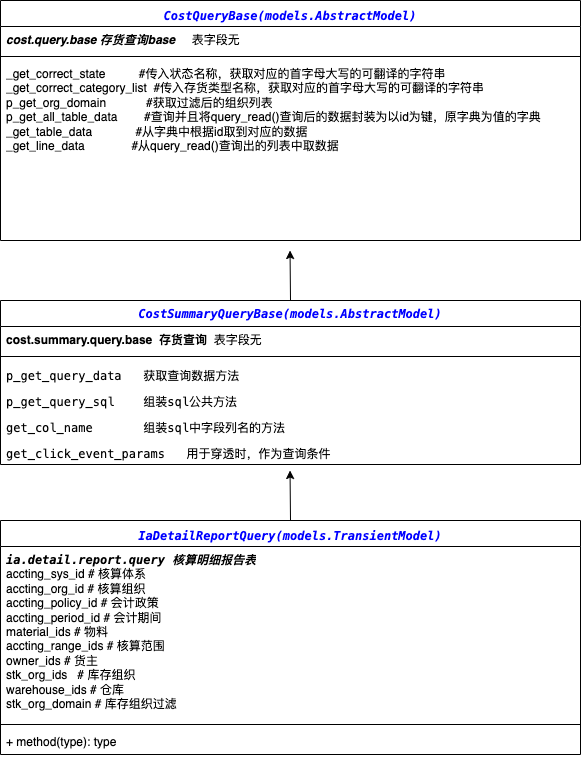
Earlier version of the draw.io export images/项目/佳业/ia.detail.report.query/核算明细报告.drawio.png (dbbruce/dbbruce.github.io). Source tidied: cells renumbered, new cells last; positions are measured from the earlier drawing's top-left corner, leaving out a move shared by most shapes.
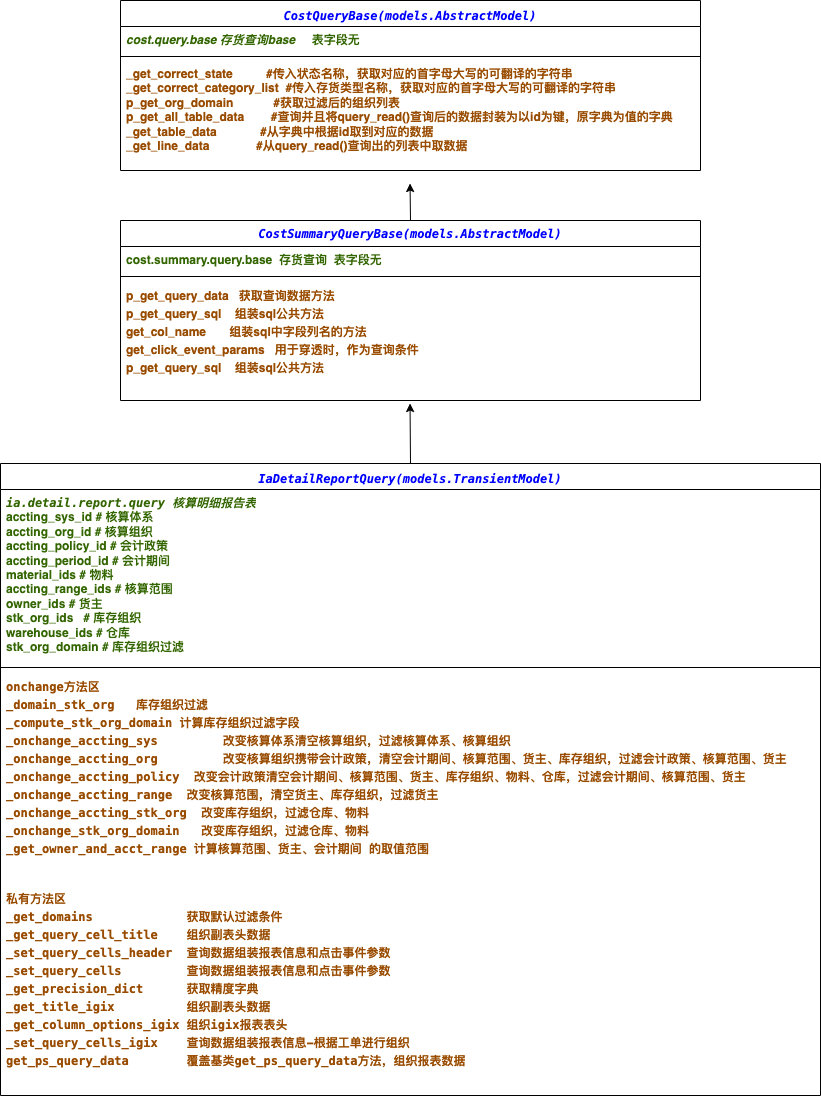
After the commit.

Diff of the diagram source:
```diff
@@ -8,54 +8,48 @@
       </mxGeometry>
     </mxCell>
     <mxCell id="3" value="&lt;div style=&quot;background-color: rgb(255, 255, 255); line-height: 18px;&quot;&gt;&lt;div style=&quot;font-family: Menlo, Monaco, &amp;quot;Courier New&amp;quot;, monospace; line-height: 18px; white-space: pre;&quot;&gt;&lt;font style=&quot;&quot; color=&quot;#0000ff&quot;&gt;&lt;i&gt;IaDetailReportQuery(models.TransientModel)&lt;/i&gt;&lt;/font&gt;&lt;/div&gt;&lt;/div&gt;" style="swimlane;fontStyle=1;align=center;verticalAlign=top;horizontal=1;startSize=26;whiteSpace=wrap;html=1;" parent="1" vertex="1">
-      <mxGeometry y="520" width="580" height="234" as="geometry" />
+      <mxGeometry x="-120" y="530" width="820" height="632" as="geometry" />
     </mxCell>
-    <mxCell id="4" value="&lt;div&gt;&lt;i style=&quot;font-family: Menlo, Monaco, &amp;quot;Courier New&amp;quot;, monospace; font-weight: 700; text-align: center; white-space: pre; background-color: rgb(255, 255, 255);&quot;&gt;ia.detail.report.query 核算明细报告表&lt;/i&gt;&lt;br&gt;&lt;/div&gt;&lt;div&gt;&lt;span style=&quot;background-color: initial;&quot;&gt;accting_sys_id # 核算体系&amp;nbsp; &amp;nbsp; &amp;nbsp; &amp;nbsp;&lt;/span&gt;&lt;br&gt;&lt;/div&gt;&lt;div&gt;accting_org_id # 核算组织&amp;nbsp; &amp;nbsp;&lt;/div&gt;&lt;div&gt;accting_policy_id # 会计政策&amp;nbsp; &amp;nbsp;&lt;/div&gt;&lt;div&gt;accting_period_id # 会计期间&amp;nbsp; &amp;nbsp; &amp;nbsp;&amp;nbsp;&lt;/div&gt;&lt;div&gt;material_ids # 物料&amp;nbsp;&amp;nbsp;&lt;/div&gt;&lt;div&gt;accting_range_ids # 核算范围&amp;nbsp; &amp;nbsp;&amp;nbsp;&lt;/div&gt;&lt;div&gt;owner_ids # 货主&amp;nbsp; &amp;nbsp; &amp;nbsp; &amp;nbsp;&amp;nbsp;&lt;/div&gt;&lt;div&gt;stk_org_ids&amp;nbsp; &amp;nbsp;# 库存组织&amp;nbsp; &amp;nbsp; &amp;nbsp; &amp;nbsp; &amp;nbsp; &amp;nbsp; &amp;nbsp; &amp;nbsp; &amp;nbsp; &amp;nbsp;&amp;nbsp;&lt;/div&gt;&lt;div&gt;warehouse_ids # 仓库&amp;nbsp; &amp;nbsp; &amp;nbsp; &amp;nbsp;&lt;/div&gt;&lt;div&gt;stk_org_domain # 库存组织过滤&amp;nbsp;&amp;nbsp;&lt;/div&gt;" style="text;strokeColor=none;fillColor=none;align=left;verticalAlign=top;spacingLeft=4;spacingRight=4;overflow=hidden;whiteSpace=wrap;html=1;" parent="3" vertex="1">
-      <mxGeometry y="26" width="580" height="174" as="geometry" />
+    <mxCell id="4" value="&lt;div&gt;&lt;font color=&quot;#336600&quot;&gt;&lt;b&gt;&lt;i style=&quot;font-family: Menlo, Monaco, &amp;quot;Courier New&amp;quot;, monospace; text-align: center; white-space: pre;&quot;&gt;ia.detail.report.query 核算明细报告表&lt;/i&gt;&lt;br&gt;&lt;/b&gt;&lt;/font&gt;&lt;/div&gt;&lt;div&gt;&lt;font color=&quot;#336600&quot;&gt;&lt;b&gt;&lt;span style=&quot;&quot;&gt;accting_sys_id # 核算体系&amp;nbsp; &amp;nbsp; &amp;nbsp; &amp;nbsp;&lt;/span&gt;&lt;br&gt;&lt;/b&gt;&lt;/font&gt;&lt;/div&gt;&lt;div&gt;&lt;font color=&quot;#336600&quot;&gt;&lt;b&gt;accting_org_id # 核算组织&amp;nbsp; &amp;nbsp;&lt;/b&gt;&lt;/font&gt;&lt;/div&gt;&lt;div&gt;&lt;font color=&quot;#336600&quot;&gt;&lt;b&gt;accting_policy_id # 会计政策&amp;nbsp; &amp;nbsp;&lt;/b&gt;&lt;/font&gt;&lt;/div&gt;&lt;div&gt;&lt;font color=&quot;#336600&quot;&gt;&lt;b&gt;accting_period_id # 会计期间&amp;nbsp; &amp;nbsp; &amp;nbsp;&amp;nbsp;&lt;/b&gt;&lt;/font&gt;&lt;/div&gt;&lt;div&gt;&lt;font color=&quot;#336600&quot;&gt;&lt;b&gt;material_ids # 物料&amp;nbsp;&amp;nbsp;&lt;/b&gt;&lt;/font&gt;&lt;/div&gt;&lt;div&gt;&lt;font color=&quot;#336600&quot;&gt;&lt;b&gt;accting_range_ids # 核算范围&amp;nbsp; &amp;nbsp;&amp;nbsp;&lt;/b&gt;&lt;/font&gt;&lt;/div&gt;&lt;div&gt;&lt;font color=&quot;#336600&quot;&gt;&lt;b&gt;owner_ids # 货主&amp;nbsp; &amp;nbsp; &amp;nbsp; &amp;nbsp;&amp;nbsp;&lt;/b&gt;&lt;/font&gt;&lt;/div&gt;&lt;div&gt;&lt;font color=&quot;#336600&quot;&gt;&lt;b&gt;stk_org_ids&amp;nbsp; &amp;nbsp;# 库存组织&amp;nbsp; &amp;nbsp; &amp;nbsp; &amp;nbsp; &amp;nbsp; &amp;nbsp; &amp;nbsp; &amp;nbsp; &amp;nbsp; &amp;nbsp;&amp;nbsp;&lt;/b&gt;&lt;/font&gt;&lt;/div&gt;&lt;div&gt;&lt;font color=&quot;#336600&quot;&gt;&lt;b&gt;warehouse_ids # 仓库&amp;nbsp; &amp;nbsp; &amp;nbsp; &amp;nbsp;&lt;/b&gt;&lt;/font&gt;&lt;/div&gt;&lt;div&gt;&lt;font color=&quot;#336600&quot;&gt;&lt;b&gt;stk_org_domain # 库存组织过滤&lt;/b&gt;&lt;/font&gt;&amp;nbsp;&amp;nbsp;&lt;/div&gt;" style="text;strokeColor=none;fillColor=none;align=left;verticalAlign=top;spacingLeft=4;spacingRight=4;overflow=hidden;whiteSpace=wrap;html=1;labelBackgroundColor=none;" parent="3" vertex="1">
+      <mxGeometry y="26" width="820" height="174" as="geometry" />
     </mxCell>
     <mxCell id="5" style="line;strokeWidth=1;fillColor=none;align=left;verticalAlign=middle;spacingTop=-1;spacingLeft=3;spacingRight=3;labelPosition=right;strokeColor=inherit;" parent="3" vertex="1">
-      <mxGeometry y="200" width="580" height="8" as="geometry" />
+      <mxGeometry y="200" width="820" height="8" as="geometry" />
     </mxCell>
-    <mxCell id="6" value="+ method(type): type" style="text;strokeColor=none;fillColor=none;align=left;verticalAlign=top;spacingLeft=4;spacingRight=4;overflow=hidden;whiteSpace=wrap;html=1;" parent="3" vertex="1">
-      <mxGeometry y="208" width="580" height="26" as="geometry" />
+    <mxCell id="6" value="&lt;div style=&quot;font-family: Menlo, Monaco, &amp;quot;Courier New&amp;quot;, monospace; line-height: 18px; white-space: pre;&quot;&gt;&lt;b style=&quot;&quot;&gt;onchange方法区&lt;/b&gt;&lt;/div&gt;&lt;div style=&quot;line-height: 18px;&quot;&gt;&lt;font face=&quot;Menlo, Monaco, Courier New, monospace&quot;&gt;&lt;span style=&quot;white-space: pre;&quot;&gt;&lt;b style=&quot;&quot;&gt;_domain_stk_org   库存组织过滤&lt;br&gt;_compute_stk_org_domain 计算库存组织过滤字段&lt;br&gt;_onchange_accting_sys         改变核算体系清空核算组织，过滤核算体系、核算组织&lt;br&gt;_onchange_accting_org         改变核算组织携带会计政策，清空会计期间、核算范围、货主、库存组织，过滤会计政策、核算范围、货主&lt;br&gt;_onchange_accting_policy  改变会计政策清空会计期间、核算范围、货主、库存组织、物料、仓库，过滤会计期间、核算范围、货主&lt;br&gt;_onchange_accting_range  改变核算范围，清空货主、库存组织，过滤货主&lt;br&gt;_onchange_accting_stk_org  改变库存组织，过滤仓库、物料&lt;br&gt;_onchange_stk_org_domain   改变库存组织，过滤仓库、物料&lt;br&gt;_get_owner_and_acct_range 计算核算范围、货主、会计期间 的取值范围&lt;/b&gt;&lt;/span&gt;&lt;/font&gt;&lt;br&gt;&lt;/div&gt;" style="text;strokeColor=none;fillColor=none;align=left;verticalAlign=top;spacingLeft=4;spacingRight=4;overflow=hidden;whiteSpace=wrap;html=1;fontColor=#994C00;labelBackgroundColor=none;" parent="3" vertex="1">
+      <mxGeometry y="208" width="820" height="212" as="geometry" />
     </mxCell>
+    <mxCell id="19" value="&lt;div style=&quot;font-family: Menlo, Monaco, &amp;quot;Courier New&amp;quot;, monospace; line-height: 18px; white-space: pre;&quot;&gt;&lt;span style=&quot;&quot;&gt;私有方法区&lt;/span&gt;&lt;/div&gt;&lt;div style=&quot;line-height: 18px;&quot;&gt;&lt;font face=&quot;Menlo, Monaco, Courier New, monospace&quot;&gt;&lt;span style=&quot;white-space: pre;&quot;&gt;_get_domains             获取默认过滤条件&lt;br&gt;_get_query_cell_title    组织副表头数据&lt;br&gt;_set_query_cells_header  查询数据组装报表信息和点击事件参数&lt;br&gt;_set_query_cells         查询数据组装报表信息和点击事件参数&lt;br&gt;_get_precision_dict      获取精度字典&lt;br&gt;_get_title_igix          组织副表头数据&lt;br&gt;_get_column_options_igix 组织igix报表表头&lt;br&gt;_set_query_cells_igix    查询数据组装报表信息-根据工单进行组织&lt;br&gt;get_ps_query_data        覆盖基类get_ps_query_data方法，组织报表数据&lt;/span&gt;&lt;/font&gt;&lt;br&gt;&lt;/div&gt;" style="text;strokeColor=none;fillColor=none;align=left;verticalAlign=top;spacingLeft=4;spacingRight=4;overflow=hidden;whiteSpace=wrap;html=1;fontColor=#994C00;fontStyle=1;labelBackgroundColor=none;" parent="3" vertex="1">
+      <mxGeometry y="420" width="820" height="212" as="geometry" />
+    </mxCell>
     <mxCell id="7" style="edgeStyle=orthogonalEdgeStyle;rounded=0;jettySize=auto;html=1;exitX=0.5;exitY=0;exitDx=0;exitDy=0;" parent="1" edge="1" source="8">
       <mxGeometry relative="1" as="geometry">
         <mxPoint x="289.5" y="250" as="targetPoint" />
       </mxGeometry>
     </mxCell>
     <mxCell id="8" value="&lt;i&gt;&lt;font color=&quot;#0000ff&quot;&gt;&lt;span style=&quot;font-family: Menlo, Monaco, &amp;quot;Courier New&amp;quot;, monospace; white-space: pre;&quot;&gt;CostSummaryQueryBase&lt;/span&gt;&lt;span style=&quot;background-color: rgb(255, 255, 255); font-family: Menlo, Monaco, &amp;quot;Courier New&amp;quot;, monospace; white-space: pre;&quot;&gt;(&lt;/span&gt;&lt;span style=&quot;font-family: Menlo, Monaco, &amp;quot;Courier New&amp;quot;, monospace; white-space: pre;&quot;&gt;models&lt;/span&gt;&lt;span style=&quot;background-color: rgb(255, 255, 255); font-family: Menlo, Monaco, &amp;quot;Courier New&amp;quot;, monospace; white-space: pre;&quot;&gt;.&lt;/span&gt;&lt;span style=&quot;font-family: Menlo, Monaco, &amp;quot;Courier New&amp;quot;, monospace; white-space: pre;&quot;&gt;AbstractModel&lt;/span&gt;&lt;span style=&quot;background-color: rgb(255, 255, 255); font-family: Menlo, Monaco, &amp;quot;Courier New&amp;quot;, monospace; white-space: pre;&quot;&gt;)&lt;/span&gt;&lt;/font&gt;&lt;/i&gt;" style="swimlane;fontStyle=1;align=center;verticalAlign=top;horizontal=1;startSize=26;whiteSpace=wrap;html=1;" parent="1" vertex="1">
-      <mxGeometry y="300" width="580" height="164" as="geometry" />
+      <mxGeometry y="287" width="580" height="180" as="geometry" />
     </mxCell>
-    <mxCell id="9" value="&lt;span style=&quot;font-weight: 700; text-align: center;&quot;&gt;cost.summary.query.base&amp;nbsp; 存货查询&amp;nbsp;&amp;nbsp;&lt;/span&gt;表字段无" style="text;strokeColor=none;fillColor=none;align=left;verticalAlign=top;spacingLeft=4;spacingRight=4;overflow=hidden;whiteSpace=wrap;html=1;" parent="8" vertex="1">
+    <mxCell id="9" value="&lt;font color=&quot;#336600&quot;&gt;&lt;b&gt;&lt;span style=&quot;text-align: center;&quot;&gt;cost.summary.query.base&amp;nbsp; 存货查询&amp;nbsp;&amp;nbsp;&lt;/span&gt;表字段无&lt;/b&gt;&lt;/font&gt;" style="text;strokeColor=none;fillColor=none;align=left;verticalAlign=top;spacingLeft=4;spacingRight=4;overflow=hidden;whiteSpace=wrap;html=1;" parent="8" vertex="1">
       <mxGeometry y="26" width="580" height="26" as="geometry" />
     </mxCell>
     <mxCell id="10" style="line;strokeWidth=1;fillColor=none;align=left;verticalAlign=middle;spacingTop=-1;spacingLeft=3;spacingRight=3;labelPosition=right;strokeColor=inherit;" parent="8" vertex="1">
       <mxGeometry y="52" width="580" height="8" as="geometry" />
     </mxCell>
-    <mxCell id="11" value="&lt;div style=&quot;background-color: rgb(255, 255, 255); font-family: Menlo, Monaco, &amp;quot;Courier New&amp;quot;, monospace; line-height: 18px; white-space: pre;&quot;&gt;&lt;span style=&quot;&quot;&gt;p_get_query_data   &lt;/span&gt;&lt;span style=&quot;&quot;&gt;获取查询数据方法&lt;/span&gt;&lt;/div&gt;" style="text;strokeColor=none;fillColor=none;align=left;verticalAlign=top;spacingLeft=4;spacingRight=4;overflow=hidden;whiteSpace=wrap;html=1;fontColor=#000000;" parent="8" vertex="1">
-      <mxGeometry y="60" width="580" height="26" as="geometry" />
+    <mxCell id="11" value="&lt;div style=&quot;line-height: 18px;&quot;&gt;&lt;div style=&quot;line-height: 18px;&quot;&gt;p_get_query_data&amp;nbsp; &amp;nbsp;获取查询数据方法&lt;/div&gt;&lt;div style=&quot;line-height: 18px;&quot;&gt;p_get_query_sql&amp;nbsp; &amp;nbsp; 组装sql公共方法&lt;/div&gt;&lt;div style=&quot;line-height: 18px;&quot;&gt;get_col_name&amp;nbsp; &amp;nbsp; &amp;nbsp; &amp;nbsp;组装sql中字段列名的方法&lt;/div&gt;&lt;div style=&quot;line-height: 18px;&quot;&gt;get_click_event_params&amp;nbsp; &amp;nbsp;用于穿透时，作为查询条件&lt;/div&gt;&lt;div style=&quot;line-height: 18px;&quot;&gt;p_get_query_sql&amp;nbsp; &amp;nbsp; 组装sql公共方法&lt;/div&gt;&lt;/div&gt;" style="text;strokeColor=none;fillColor=none;align=left;verticalAlign=top;spacingLeft=4;spacingRight=4;overflow=hidden;whiteSpace=wrap;html=1;fontColor=#994C00;fontStyle=1;labelBackgroundColor=none;" parent="8" vertex="1">
+      <mxGeometry y="60" width="580" height="120" as="geometry" />
     </mxCell>
-    <mxCell id="12" value="&lt;div style=&quot;background-color: rgb(255, 255, 255); font-family: Menlo, Monaco, &amp;quot;Courier New&amp;quot;, monospace; line-height: 18px; white-space: pre;&quot;&gt;&lt;span style=&quot;&quot;&gt;p_get_query_sql    &lt;/span&gt;&lt;span style=&quot;&quot;&gt;组装sql公共方法&lt;/span&gt;&lt;/div&gt;" style="text;strokeColor=none;fillColor=none;align=left;verticalAlign=top;spacingLeft=4;spacingRight=4;overflow=hidden;whiteSpace=wrap;html=1;fontColor=#000000;" parent="8" vertex="1">
-      <mxGeometry y="86" width="580" height="26" as="geometry" />
-    </mxCell>
-    <mxCell id="13" value="&lt;div style=&quot;background-color: rgb(255, 255, 255); font-family: Menlo, Monaco, &amp;quot;Courier New&amp;quot;, monospace; line-height: 18px; white-space: pre;&quot;&gt;&lt;span style=&quot;&quot;&gt;get_col_name       &lt;/span&gt;&lt;span style=&quot;&quot;&gt;组装sql中字段列名的方法&lt;/span&gt;&lt;/div&gt;" style="text;strokeColor=none;fillColor=none;align=left;verticalAlign=top;spacingLeft=4;spacingRight=4;overflow=hidden;whiteSpace=wrap;html=1;fontColor=#000000;" parent="8" vertex="1">
-      <mxGeometry y="112" width="580" height="26" as="geometry" />
-    </mxCell>
-    <mxCell id="14" value="&lt;div style=&quot;background-color: rgb(255, 255, 255); font-family: Menlo, Monaco, &amp;quot;Courier New&amp;quot;, monospace; line-height: 18px; white-space: pre;&quot;&gt;&lt;span style=&quot;&quot;&gt;get_click_event_params  &lt;/span&gt;&lt;span style=&quot;&quot;&gt; 用于穿透时，作为查询条件&lt;/span&gt;&lt;/div&gt;" style="text;strokeColor=none;fillColor=none;align=left;verticalAlign=top;spacingLeft=4;spacingRight=4;overflow=hidden;whiteSpace=wrap;html=1;fontColor=#000000;" parent="8" vertex="1">
-      <mxGeometry y="138" width="580" height="26" as="geometry" />
-    </mxCell>
     <mxCell id="15" value="&lt;div style=&quot;background-color: rgb(255, 255, 255); font-family: Menlo, Monaco, &amp;quot;Courier New&amp;quot;, monospace; line-height: 18px; white-space: pre;&quot;&gt;&lt;font style=&quot;&quot; color=&quot;#0000ff&quot;&gt;CostQueryBase(models.AbstractModel)&lt;/font&gt;&lt;/div&gt;" style="swimlane;fontStyle=3;align=center;verticalAlign=top;horizontal=1;startSize=26;whiteSpace=wrap;html=1;" parent="1" vertex="1">
-      <mxGeometry width="580" height="240" as="geometry" />
+      <mxGeometry y="67" width="580" height="170" as="geometry" />
     </mxCell>
-    <mxCell id="16" value="&lt;span style=&quot;font-style: italic; font-weight: 700; text-align: center;&quot;&gt;cost.query.base 存货查询base&amp;nbsp; &amp;nbsp; &amp;nbsp;&lt;/span&gt;表字段无" style="text;strokeColor=none;fillColor=none;align=left;verticalAlign=top;spacingLeft=4;spacingRight=4;overflow=hidden;whiteSpace=wrap;html=1;" parent="15" vertex="1">
+    <mxCell id="16" value="&lt;font color=&quot;#336600&quot;&gt;&lt;b&gt;&lt;span style=&quot;font-style: italic; text-align: center;&quot;&gt;cost.query.base 存货查询base&amp;nbsp; &amp;nbsp; &amp;nbsp;&lt;/span&gt;表字段无&lt;/b&gt;&lt;/font&gt;" style="text;strokeColor=none;fillColor=none;align=left;verticalAlign=top;spacingLeft=4;spacingRight=4;overflow=hidden;whiteSpace=wrap;html=1;" parent="15" vertex="1">
       <mxGeometry y="26" width="580" height="26" as="geometry" />
     </mxCell>
     <mxCell id="17" style="line;strokeWidth=1;fillColor=none;align=left;verticalAlign=middle;spacingTop=-1;spacingLeft=3;spacingRight=3;labelPosition=right;strokeColor=inherit;" parent="15" vertex="1">
       <mxGeometry y="52" width="580" height="8" as="geometry" />
     </mxCell>
-    <mxCell id="18" value="&lt;div&gt;_get_correct_state&amp;nbsp; &amp;nbsp; &amp;nbsp; &amp;nbsp; &amp;nbsp; #传入状态名称，获取对应的首字母大写的可翻译的字符串&lt;/div&gt;&lt;div&gt;_get_correct_category_list&amp;nbsp; #传入存货类型名称，获取对应的首字母大写的可翻译的字符串&lt;/div&gt;&lt;div&gt;p_get_org_domain&amp;nbsp; &amp;nbsp; &amp;nbsp; &amp;nbsp; &amp;nbsp; &amp;nbsp; #获取过滤后的组织列表&lt;/div&gt;&lt;div&gt;p_get_all_table_data&amp;nbsp; &amp;nbsp; &amp;nbsp; &amp;nbsp; #查询并且将query_read()查询后的数据封装为以id为键，原字典为值的字典&lt;/div&gt;&lt;div&gt;_get_table_data&amp;nbsp; &amp;nbsp; &amp;nbsp; &amp;nbsp; &amp;nbsp; &amp;nbsp; &amp;nbsp;#从字典中根据id取到对应的数据&lt;/div&gt;&lt;div&gt;_get_line_data&amp;nbsp; &amp;nbsp; &amp;nbsp; &amp;nbsp; &amp;nbsp; &amp;nbsp; &amp;nbsp; #从query_read()查询出的列表中取数据&lt;/div&gt;" style="text;strokeColor=none;fillColor=none;align=left;verticalAlign=top;spacingLeft=4;spacingRight=4;overflow=hidden;whiteSpace=wrap;html=1;" parent="15" vertex="1">
-      <mxGeometry y="60" width="580" height="180" as="geometry" />
+    <mxCell id="18" value="&lt;div&gt;_get_correct_state&amp;nbsp; &amp;nbsp; &amp;nbsp; &amp;nbsp; &amp;nbsp; #传入状态名称，获取对应的首字母大写的可翻译的字符串&lt;/div&gt;&lt;div&gt;_get_correct_category_list&amp;nbsp; #传入存货类型名称，获取对应的首字母大写的可翻译的字符串&lt;/div&gt;&lt;div&gt;p_get_org_domain&amp;nbsp; &amp;nbsp; &amp;nbsp; &amp;nbsp; &amp;nbsp; &amp;nbsp; #获取过滤后的组织列表&lt;/div&gt;&lt;div&gt;p_get_all_table_data&amp;nbsp; &amp;nbsp; &amp;nbsp; &amp;nbsp; #查询并且将query_read()查询后的数据封装为以id为键，原字典为值的字典&lt;/div&gt;&lt;div&gt;_get_table_data&amp;nbsp; &amp;nbsp; &amp;nbsp; &amp;nbsp; &amp;nbsp; &amp;nbsp; &amp;nbsp;#从字典中根据id取到对应的数据&lt;/div&gt;&lt;div&gt;_get_line_data&amp;nbsp; &amp;nbsp; &amp;nbsp; &amp;nbsp; &amp;nbsp; &amp;nbsp; &amp;nbsp; #从query_read()查询出的列表中取数据&lt;/div&gt;" style="text;strokeColor=none;fillColor=none;align=left;verticalAlign=top;spacingLeft=4;spacingRight=4;overflow=hidden;whiteSpace=wrap;html=1;fontColor=#994C00;fontStyle=1;labelBackgroundColor=none;" parent="15" vertex="1">
+      <mxGeometry y="60" width="580" height="110" as="geometry" />
     </mxCell>
   </root>
 </mxGraphModel>
```
